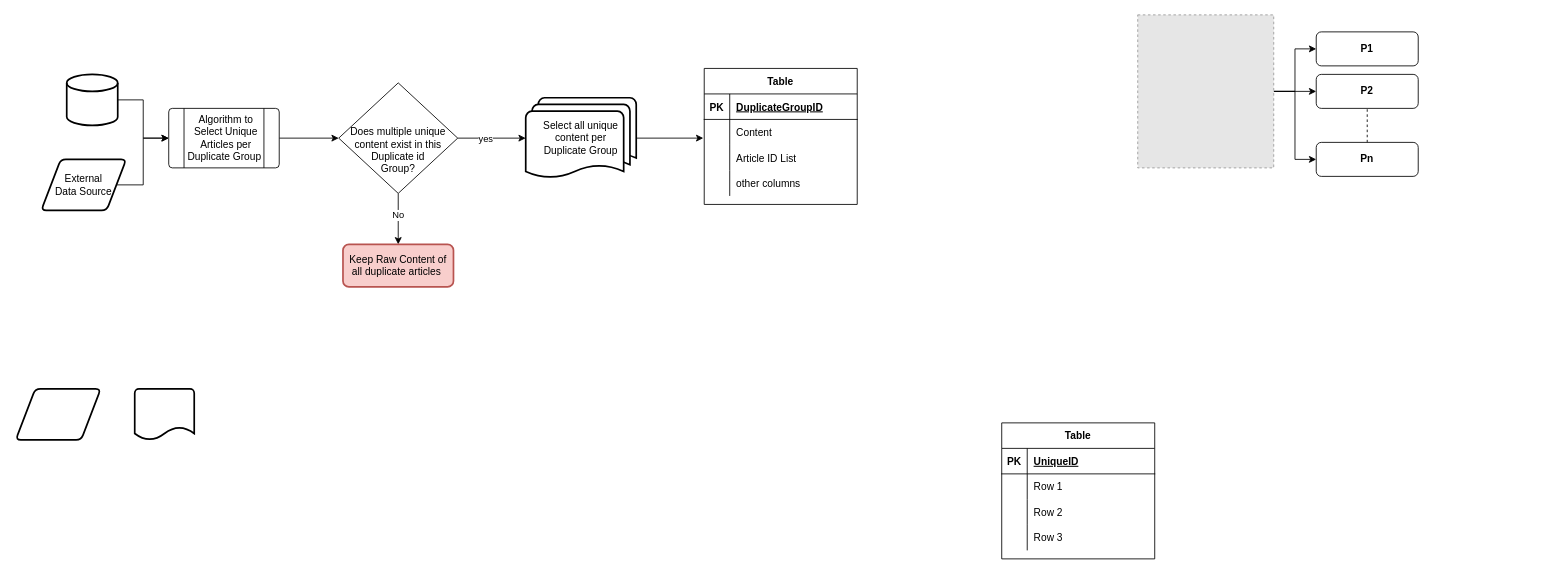
The draw.io diagram Article_Cleaning.drawio in travel-code-sleep/darw_io_diagrams, before the edit. Source tidied: cells renumbered, new cells numbered last; positions are measured from the earlier drawing's top-left corner, leaving out a move shared by most shapes. Both pictures are drawn from the tidied source at 85%, with x=0, y=0 at pixel (15, 14). Pictures stored in the file or linked from it are replaced by grey dashed boxes.
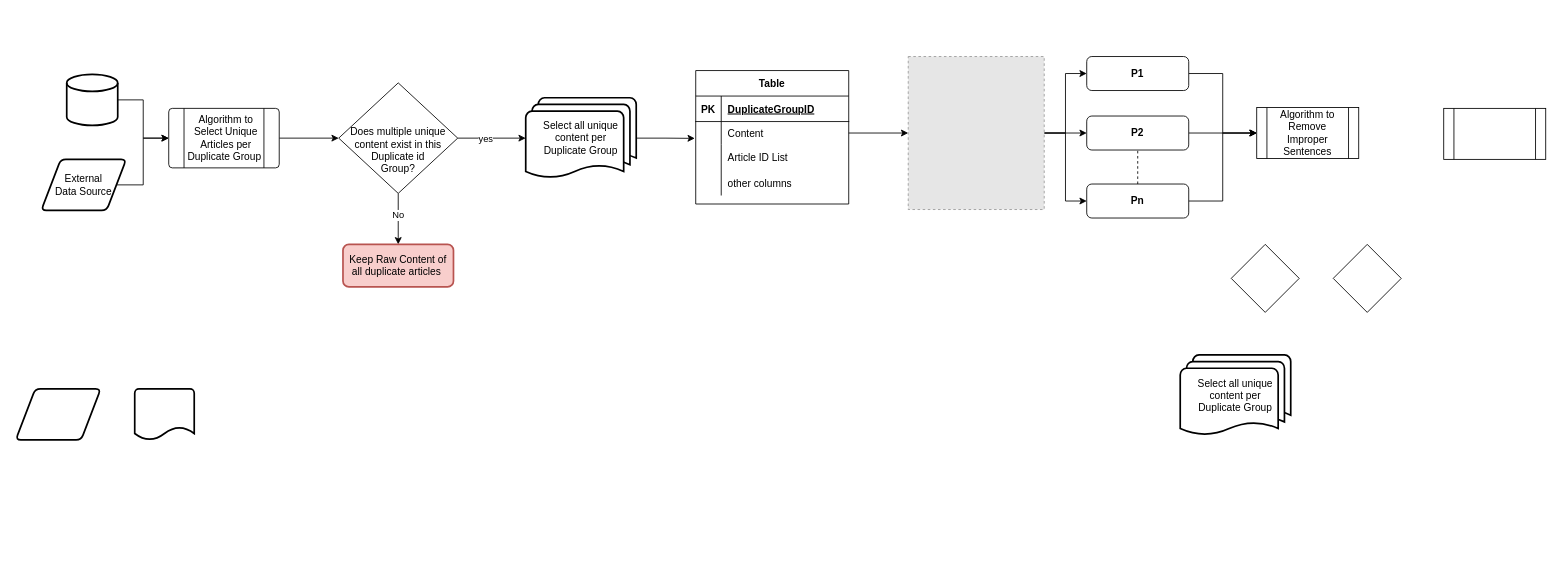
After the change.

The change refers to these unchanged cells:
```xml
<mxCell id="5" style="shape=tableRow;horizontal=0;startSize=0;swimlaneHead=0;swimlaneBody=0;fillColor=none;points=[[0,0.5],[1,0.5]];portConstraint=eastwest;top=0;left=0;right=0;bottom=1;" parent="4" vertex="1">
  <mxGeometry y="30" width="180" height="30" as="geometry" />
</mxCell>
```

The edit, as a diff of the source:
```diff
@@
     <mxCell id="4" value="Table" style="shape=table;startSize=30;childLayout=tableLayout;rowLines=0;fontStyle=1;align=center;" parent="1" vertex="1">
-      <mxGeometry x="810" y="63" width="180" height="160" as="geometry" />
+      <mxGeometry x="800" y="65.5" width="180" height="157" as="geometry" />
     </mxCell>
@@
     <mxCell id="8" style="shape=tableRow;horizontal=0;startSize=0;swimlaneHead=0;swimlaneBody=0;fillColor=none;points=[[0,0.5],[1,0.5]];portConstraint=eastwest;top=0;left=0;right=0;bottom=0;" parent="4" vertex="1">
-      <mxGeometry y="60" width="180" height="30" as="geometry" />
+      <mxGeometry y="60" width="180" height="27" as="geometry" />
     </mxCell>
     <mxCell id="9" style="shape=partialRectangle;fillColor=none;top=0;left=0;bottom=0;right=0;overflow=hidden;" parent="8" vertex="1">
-      <mxGeometry width="30" height="30" as="geometry" />
+      <mxGeometry width="30" height="27" as="geometry" />
     </mxCell>
     <mxCell id="10" value="Content " style="shape=partialRectangle;fillColor=none;top=0;left=0;bottom=0;right=0;align=left;spacingLeft=6;overflow=hidden;" parent="8" vertex="1">
-      <mxGeometry x="30" width="150" height="30" as="geometry" />
+      <mxGeometry x="30" width="150" height="27" as="geometry" />
     </mxCell>
     <mxCell id="11" style="shape=tableRow;horizontal=0;startSize=0;swimlaneHead=0;swimlaneBody=0;fillColor=none;top=0;left=0;right=0;bottom=0;" parent="4" vertex="1">
-      <mxGeometry y="90" width="180" height="30" as="geometry" />
+      <mxGeometry y="87" width="180" height="30" as="geometry" />
     </mxCell>
@@
     <mxCell id="14" style="shape=tableRow;horizontal=0;startSize=0;swimlaneHead=0;swimlaneBody=0;fillColor=none;top=0;left=0;right=0;bottom=0;" parent="4" vertex="1">
-      <mxGeometry y="120" width="180" height="30" as="geometry" />
+      <mxGeometry y="117" width="180" height="30" as="geometry" />
     </mxCell>
@@
-    <mxCell id="17" value="Table" style="shape=table;startSize=30;childLayout=tableLayout;rowLines=0;fontStyle=1;align=center;" parent="1" vertex="1">
-      <mxGeometry x="1160" y="480" width="180" height="160" as="geometry" />
-    </mxCell>
-    <mxCell id="18" style="shape=tableRow;horizontal=0;startSize=0;swimlaneHead=0;swimlaneBody=0;fillColor=none;top=0;left=0;right=0;bottom=1;" parent="17" vertex="1">
-      <mxGeometry y="30" width="180" height="30" as="geometry" />
-    </mxCell>
-    <mxCell id="19" value="PK" style="shape=partialRectangle;fillColor=none;top=0;left=0;bottom=0;right=0;fontStyle=1;overflow=hidden;" parent="18" vertex="1">
-      <mxGeometry width="30" height="30" as="geometry" />
-    </mxCell>
-    <mxCell id="20" value="UniqueID" style="shape=partialRectangle;fillColor=none;top=0;left=0;bottom=0;right=0;align=left;spacingLeft=6;fontStyle=5;overflow=hidden;" parent="18" vertex="1">
-      <mxGeometry x="30" width="150" height="30" as="geometry" />
-    </mxCell>
-    <mxCell id="21" style="shape=tableRow;horizontal=0;startSize=0;swimlaneHead=0;swimlaneBody=0;fillColor=none;top=0;left=0;right=0;bottom=0;" parent="17" vertex="1">
-      <mxGeometry y="60" width="180" height="30" as="geometry" />
-    </mxCell>
-    <mxCell id="22" style="shape=partialRectangle;fillColor=none;top=0;left=0;bottom=0;right=0;overflow=hidden;" parent="21" vertex="1">
-      <mxGeometry width="30" height="30" as="geometry" />
-    </mxCell>
-    <mxCell id="23" value="Row 1" style="shape=partialRectangle;fillColor=none;top=0;left=0;bottom=0;right=0;align=left;spacingLeft=6;overflow=hidden;" parent="21" vertex="1">
-      <mxGeometry x="30" width="150" height="30" as="geometry" />
-    </mxCell>
-    <mxCell id="24" style="shape=tableRow;horizontal=0;startSize=0;swimlaneHead=0;swimlaneBody=0;fillColor=none;top=0;left=0;right=0;bottom=0;" parent="17" vertex="1">
-      <mxGeometry y="90" width="180" height="30" as="geometry" />
-    </mxCell>
-    <mxCell id="25" style="shape=partialRectangle;fillColor=none;top=0;left=0;bottom=0;right=0;overflow=hidden;" parent="24" vertex="1">
-      <mxGeometry width="30" height="30" as="geometry" />
-    </mxCell>
-    <mxCell id="26" value="Row 2" style="shape=partialRectangle;fillColor=none;top=0;left=0;bottom=0;right=0;align=left;spacingLeft=6;overflow=hidden;" parent="24" vertex="1">
-      <mxGeometry x="30" width="150" height="30" as="geometry" />
-    </mxCell>
-    <mxCell id="27" style="shape=tableRow;horizontal=0;startSize=0;swimlaneHead=0;swimlaneBody=0;fillColor=none;top=0;left=0;right=0;bottom=0;" parent="17" vertex="1">
-      <mxGeometry y="120" width="180" height="30" as="geometry" />
-    </mxCell>
-    <mxCell id="28" style="shape=partialRectangle;fillColor=none;top=0;left=0;bottom=0;right=0;overflow=hidden;" parent="27" vertex="1">
-      <mxGeometry width="30" height="30" as="geometry" />
-    </mxCell>
-    <mxCell id="29" value="Row 3" style="shape=partialRectangle;fillColor=none;top=0;left=0;bottom=0;right=0;align=left;spacingLeft=6;overflow=hidden;" parent="27" vertex="1">
-      <mxGeometry x="30" width="150" height="30" as="geometry" />
-    </mxCell>
+    <mxCell id="53" style="edgeStyle=orthogonalEdgeStyle;rounded=0;orthogonalLoop=1;jettySize=auto;html=1;exitX=1;exitY=0.5;exitDx=0;exitDy=0;" parent="4" edge="1" source="5" target="5">
+      <mxGeometry relative="1" as="geometry" />
+    </mxCell>
@@
     <mxCell id="33" style="fillColor=#E6E6E6;strokeColor=#999999;dashed=1;verticalLabelPosition=bottom;labelBackgroundColor=#ffffff;verticalAlign=top;fontStyle=1;" parent="1" vertex="1">
-      <mxGeometry x="1320" width="160" height="180" as="geometry" />
+      <mxGeometry x="1050" y="49" width="160" height="180" as="geometry" />
     </mxCell>
+    <mxCell id="54" style="edgeStyle=orthogonalEdgeStyle;rounded=0;jettySize=auto;html=1;exitX=1;exitY=0.5;exitDx=0;exitDy=0;entryX=0;entryY=0.5;entryDx=0;entryDy=0;" parent="1" edge="1" source="34" target="60">
+      <mxGeometry relative="1" as="geometry" />
+    </mxCell>
     <mxCell id="34" value="P1" style="rounded=1;whiteSpace=wrap;html=1;fontStyle=1;" parent="1" vertex="1">
-      <mxGeometry x="1530" y="20" width="120" height="40" as="geometry" />
+      <mxGeometry x="1260" y="49" width="120" height="40" as="geometry" />
     </mxCell>
+    <mxCell id="55" style="edgeStyle=orthogonalEdgeStyle;rounded=0;jettySize=auto;html=1;exitX=1;exitY=0.5;exitDx=0;exitDy=0;entryX=0;entryY=0.5;entryDx=0;entryDy=0;" parent="1" edge="1" source="35" target="60">
+      <mxGeometry relative="1" as="geometry" />
+    </mxCell>
     <mxCell id="35" value="P2" style="rounded=1;whiteSpace=wrap;html=1;fontStyle=1;" parent="1" vertex="1">
-      <mxGeometry x="1530" y="70" width="120" height="40" as="geometry" />
+      <mxGeometry x="1260" y="119" width="120" height="40" as="geometry" />
     </mxCell>
@@
+    <mxCell id="56" style="edgeStyle=orthogonalEdgeStyle;rounded=0;jettySize=auto;html=1;exitX=1;exitY=0.5;exitDx=0;exitDy=0;entryX=0;entryY=0.5;entryDx=0;entryDy=0;" parent="1" edge="1" source="37" target="60">
+      <mxGeometry relative="1" as="geometry" />
+    </mxCell>
     <mxCell id="37" value="Pn" style="rounded=1;whiteSpace=wrap;html=1;fontStyle=1;" parent="1" vertex="1">
-      <mxGeometry x="1530" y="150" width="120" height="40" as="geometry" />
+      <mxGeometry x="1260" y="199" width="120" height="40" as="geometry" />
     </mxCell>
@@
+    <mxCell id="57" style="rhombus;whiteSpace=wrap;html=1;" parent="1" vertex="1">
+      <mxGeometry x="1430" y="270" width="80" height="80" as="geometry" />
+    </mxCell>
+    <mxCell id="58" style="rhombus;whiteSpace=wrap;html=1;" parent="1" vertex="1">
+      <mxGeometry x="1550" y="270" width="80" height="80" as="geometry" />
+    </mxCell>
+    <mxCell id="59" style="shape=process;whiteSpace=wrap;html=1;backgroundOutline=1;" parent="1" vertex="1">
+      <mxGeometry x="1680" y="110" width="120" height="60" as="geometry" />
+    </mxCell>
+    <mxCell id="60" value="Algorithm to Remove Improper Sentences" style="shape=process;whiteSpace=wrap;html=1;backgroundOutline=1;" parent="1" vertex="1">
+      <mxGeometry x="1460" y="109" width="120" height="60" as="geometry" />
+    </mxCell>
+    <mxCell id="61" value="Select all unique content per &lt;br&gt;Duplicate Group" style="strokeWidth=2;html=1;shape=mxgraph.flowchart.multi-document;whiteSpace=wrap;" parent="1" vertex="1">
+      <mxGeometry x="1370" y="400" width="130" height="95" as="geometry" />
+    </mxCell>
+    <mxCell id="62" style="edgeStyle=orthogonalEdgeStyle;rounded=0;jettySize=auto;html=1;exitX=1;exitY=0.5;exitDx=0;exitDy=0;entryX=0;entryY=0.5;entryDx=0;entryDy=0;" parent="1" edge="1" source="8" target="33">
+      <mxGeometry relative="1" as="geometry" />
+    </mxCell>
```
